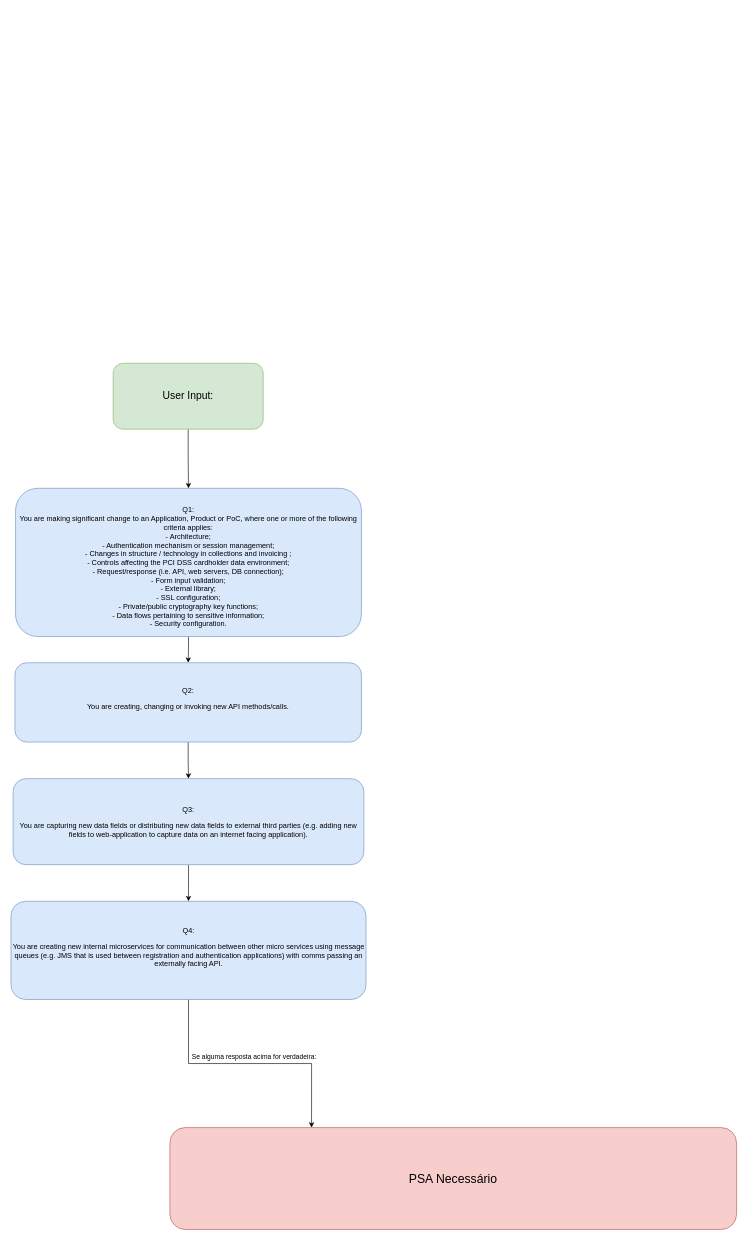
Before: PaaS.drawio in jovblopes/Internet-of-Things, a draw.io diagram. Source tidied: cells renumbered, new cells numbered last; positions are measured from the earlier drawing's top-left corner, leaving out a move shared by most shapes. Both pictures are drawn from the tidied source at 61%, with x=0, y=0 at pixel (10, 363).
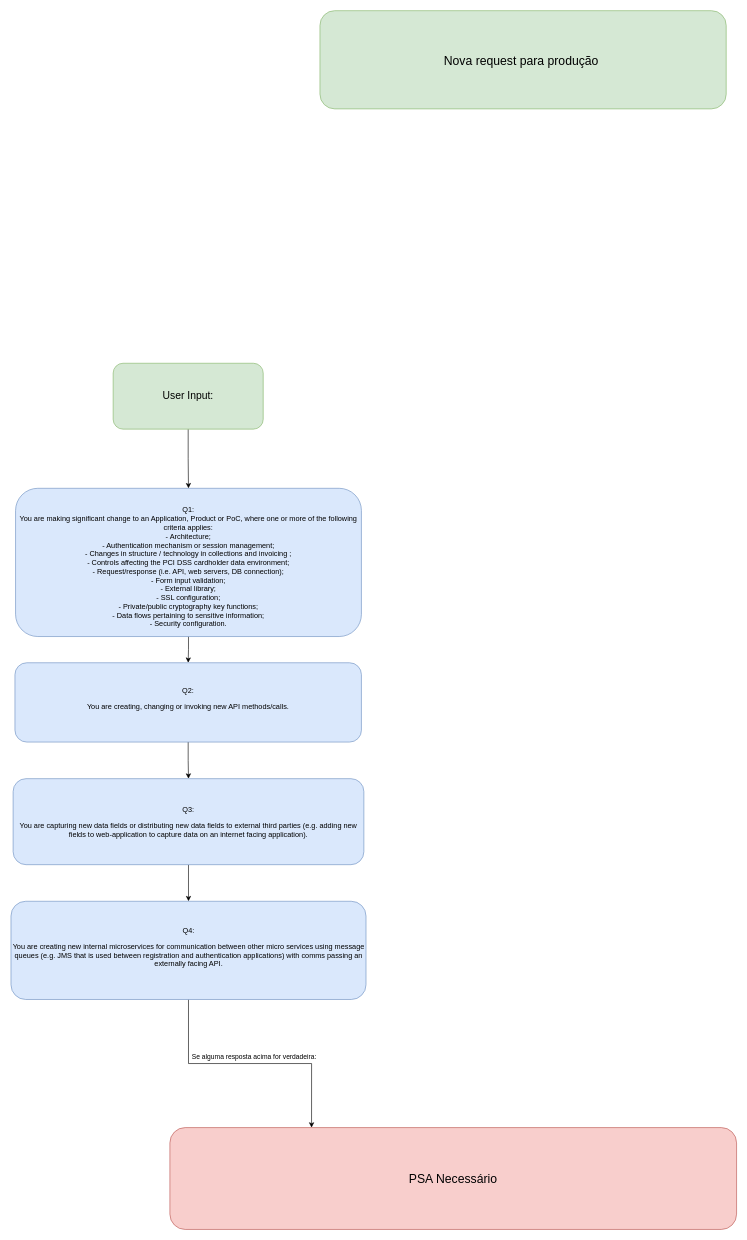
After the change.

Diff of the diagram source:
```diff
@@
 <mxGraphModel>
   <root>
     <mxCell id="0" />
     <mxCell id="1" parent="0" />
     <mxCell id="2" style="edgeStyle=orthogonalEdgeStyle;rounded=0;jettySize=auto;html=1;entryX=0.5;entryY=0;entryDx=0;entryDy=0;" parent="1" edge="1" source="3" target="5">
       <mxGeometry relative="1" as="geometry" />
     </mxCell>
     <mxCell id="3" value="&lt;br&gt;Q1:&lt;br&gt;You are making significant change to an Application, Product or PoC, where one or more of the following criteria applies:&lt;br&gt;- Architecture;&lt;br&gt;- Authentication mechanism or session management;&lt;br&gt;- Changes in structure / technology in collections and invoicing ;&lt;br&gt;- Controls affecting the PCI DSS cardholder data environment;&lt;br&gt;- Request/response (i.e. API, web servers, DB connection);&lt;br&gt;- Form input validation;&lt;br&gt;- External library;&lt;br&gt;- SSL configuration;&lt;br&gt;- Private/public cryptography key functions;&lt;br&gt;- Data flows pertaining to sensitive information;&lt;br&gt;- Security configuration." style="rounded=1;whiteSpace=wrap;html=1;fillColor=#dae8fc;strokeColor=#6c8ebf;" parent="1" vertex="1">
       <mxGeometry x="8" y="205" width="567" height="243" as="geometry" />
     </mxCell>
     <mxCell id="4" style="edgeStyle=orthogonalEdgeStyle;rounded=0;jettySize=auto;html=1;entryX=0.5;entryY=0;entryDx=0;entryDy=0;" parent="1" edge="1" source="5" target="7">
       <mxGeometry relative="1" as="geometry" />
     </mxCell>
     <mxCell id="5" value="Q2:&lt;br&gt;&lt;p class=&quot;MsoNormal&quot;&gt;&lt;span lang=&quot;EN-US&quot;&gt;You are creating, changing or invoking new API methods/calls.&lt;/span&gt;&lt;/p&gt;" style="rounded=1;whiteSpace=wrap;html=1;fillColor=#dae8fc;strokeColor=#6c8ebf;" parent="1" vertex="1">
       <mxGeometry x="7" y="491" width="568" height="130" as="geometry" />
     </mxCell>
     <mxCell id="6" style="edgeStyle=orthogonalEdgeStyle;rounded=0;jettySize=auto;html=1;" parent="1" edge="1" source="7" target="10">
       <mxGeometry relative="1" as="geometry" />
     </mxCell>
     <mxCell id="7" value="&lt;p class=&quot;MsoNormal&quot;&gt;Q3:&lt;/p&gt;&lt;p class=&quot;MsoNormal&quot;&gt;&lt;span lang=&quot;EN-US&quot;&gt;You are capturing new data fields or distributing new data fields to external third parties (e.g. adding new fields to web-application to capture data on an internet facing application).&lt;/span&gt;&lt;/p&gt;" style="rounded=1;whiteSpace=wrap;html=1;fillColor=#dae8fc;strokeColor=#6c8ebf;" parent="1" vertex="1">
       <mxGeometry x="4" y="681" width="575" height="141" as="geometry" />
     </mxCell>
     <mxCell id="8" style="edgeStyle=orthogonalEdgeStyle;rounded=0;jettySize=auto;html=1;entryX=0.25;entryY=0;entryDx=0;entryDy=0;" parent="1" edge="1" source="10" target="13">
       <mxGeometry relative="1" as="geometry" />
     </mxCell>
     <mxCell id="9" value="Se alguma resposta acima for verdadeira:" style="edgeLabel;html=1;align=center;verticalAlign=middle;" parent="8" vertex="1">
       <mxGeometry x="0.09" y="1" relative="1" as="geometry">
         <mxPoint x="-12" y="-11" as="offset" />
       </mxGeometry>
     </mxCell>
     <mxCell id="10" value="Q4:&lt;br&gt;&lt;p class=&quot;MsoNormal&quot;&gt;&lt;span lang=&quot;EN-US&quot;&gt;You are creating new internal microservices for communication between other micro services using message queues (e.g. JMS that is used between registration and authentication applications) with comms passing an externally facing API.&lt;/span&gt;&lt;/p&gt;" style="rounded=1;whiteSpace=wrap;html=1;fillColor=#dae8fc;strokeColor=#6c8ebf;" parent="1" vertex="1">
       <mxGeometry x="0.5" y="882" width="582" height="161" as="geometry" />
     </mxCell>
     <mxCell id="11" style="edgeStyle=orthogonalEdgeStyle;rounded=0;jettySize=auto;html=1;entryX=0.5;entryY=0;entryDx=0;entryDy=0;" parent="1" edge="1" source="12" target="3">
       <mxGeometry relative="1" as="geometry" />
     </mxCell>
     <mxCell id="12" value="&lt;font style=&quot;font-size: 17px&quot;&gt;User Input:&lt;/font&gt;" style="rounded=1;whiteSpace=wrap;html=1;fillColor=#d5e8d4;strokeColor=#82b366;" parent="1" vertex="1">
       <mxGeometry x="168" width="246" height="108" as="geometry" />
     </mxCell>
     <mxCell id="13" value="&lt;font style=&quot;font-size: 20px&quot;&gt;PSA Necessário&lt;/font&gt;" style="rounded=1;whiteSpace=wrap;html=1;fillColor=#f8cecc;strokeColor=#b85450;" parent="1" vertex="1">
       <mxGeometry x="261" y="1253" width="929" height="167" as="geometry" />
     </mxCell>
+    <mxCell id="14" value="&lt;font style=&quot;font-size: 20px&quot;&gt;Nova request para produção&amp;nbsp;&lt;/font&gt;" style="rounded=1;whiteSpace=wrap;html=1;fillColor=#d5e8d4;strokeColor=#82b366;" parent="1" vertex="1">
+      <mxGeometry x="507" y="-578" width="666" height="161" as="geometry" />
+    </mxCell>
   </root>
 </mxGraphModel>
```
